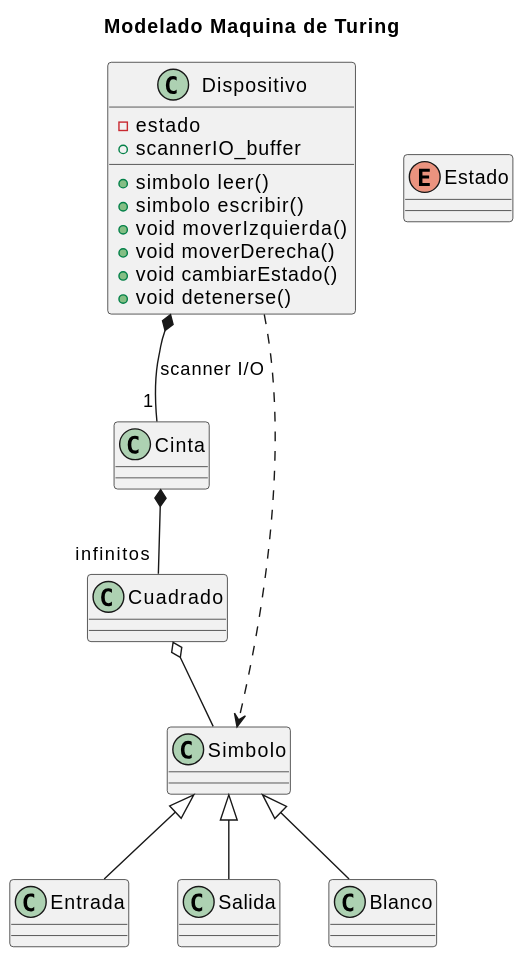
Joselon/joselon.github.io keeps this PlantUML diagram as PracticasMaster/01_Modelado_O/diagrams/turing/TuringMachineModel.svg. Above is the earlier version.
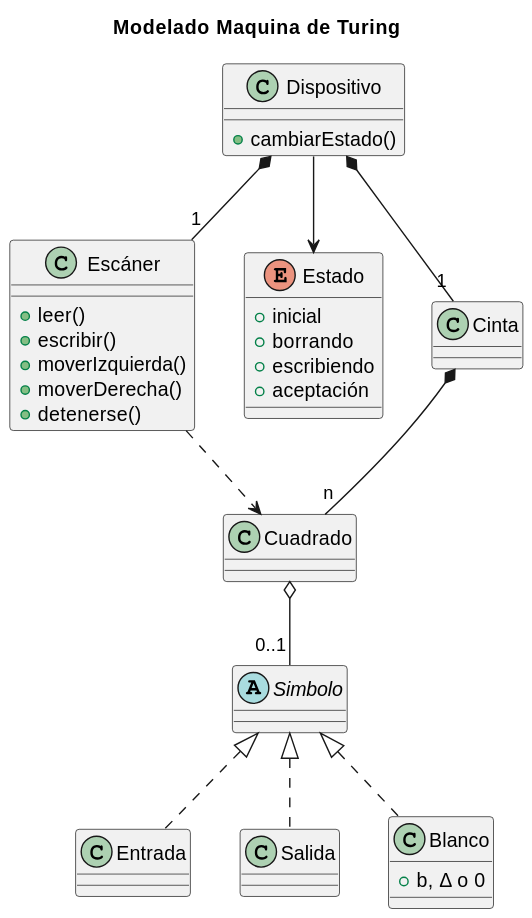
Later version of the same file.

Commit message:
Practica1/delegad_ fix

The edit, as a diff of the source:
```diff
@@ -2,33 +2,48 @@
 title Modelado Maquina de Turing
 
 class Dispositivo{
-- estado
-+ scannerIO_buffer
- +simbolo leer()
- +simbolo escribir()
- +void moverIzquierda()
- +void moverDerecha()
- +void cambiarEstado()
- +void detenerse()
+ + cambiarEstado()
+}
+
+class Escáner {
+ + leer()
+ + escribir()
+ + moverIzquierda()
+ + moverDerecha()
+ + detenerse()
+}
+
+Dispositivo --> Estado
+
+enum Estado{
++ inicial
++ borrando
++ escribiendo
++ aceptación
 }
 
 class Cinta
 class Cuadrado
-class Simbolo
+abstract class Simbolo
 
-Dispositivo *--"1" Cinta :"scanner I/O"
-Cinta *--"infinitos" Cuadrado
-Cuadrado o-- Simbolo
-Dispositivo ..> Simbolo
+Dispositivo *--"1" Escáner
+Dispositivo *--"1" Cinta
+Cinta *--"n" Cuadrado
+Cuadrado o--"0..1" Simbolo
+Escáner ..> Cuadrado
 
-Simbolo <|-- Entrada
-Simbolo <|-- Salida
-Simbolo <|-- Blanco
+Simbolo <|.. Entrada
+Simbolo <|.. Salida
+Simbolo <|.. Blanco
+
+class Blanco {
+    + b, Δ o 0
+}
 
 
-enum Estado{
 
-}
+
+
 
 @end
 
@@ -36,41 +51,56 @@
 title Modelado Maquina de Turing
 
 class Dispositivo{
-- estado
-+ scannerIO_buffer
- +simbolo leer()
- +simbolo escribir()
- +void moverIzquierda()
- +void moverDerecha()
- +void cambiarEstado()
- +void detenerse()
+ + cambiarEstado()
+}
+
+class Escáner {
+ + leer()
+ + escribir()
+ + moverIzquierda()
+ + moverDerecha()
+ + detenerse()
+}
+
+Dispositivo --> Estado
+
+enum Estado{
++ inicial
++ borrando
++ escribiendo
++ aceptación
 }
 
 class Cinta
 class Cuadrado
-class Simbolo
+abstract class Simbolo
 
-Dispositivo *--"1" Cinta :"scanner I/O"
-Cinta *--"infinitos" Cuadrado
-Cuadrado o-- Simbolo
-Dispositivo ..> Simbolo
+Dispositivo *--"1" Escáner
+Dispositivo *--"1" Cinta
+Cinta *--"n" Cuadrado
+Cuadrado o--"0..1" Simbolo
+Escáner ..> Cuadrado
 
-Simbolo <|-- Entrada
-Simbolo <|-- Salida
-Simbolo <|-- Blanco
+Simbolo <|.. Entrada
+Simbolo <|.. Salida
+Simbolo <|.. Blanco
+
+class Blanco {
+    + b, Δ o 0
+}
 
 
-enum Estado{
 
-}
+
+
 
 @end
 
 PlantUML version 1.2024.3(Thu Feb 15 19:40:05 WET 2024)
 (GPLv2 source distribution)
-Java Runtime: Java(TM) SE Runtime Environment
-JVM: Java HotSpot(TM) 64-Bit Server VM
-Default Encoding: UTF-8
+Java Runtime: OpenJDK Runtime Environment
+JVM: OpenJDK 64-Bit Server VM
+Default Encoding: Cp1252
 Language: es
 Country: ES
 @enduml
```
